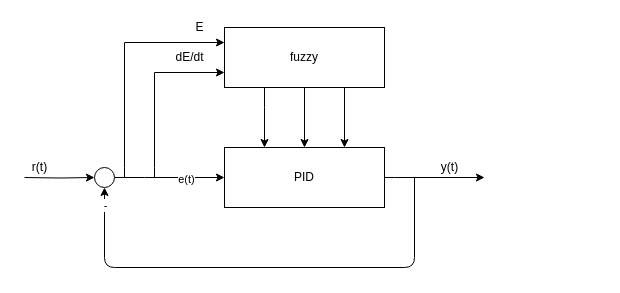
ninedayhx/drawio keeps this draw.io diagram as 未命名绘图.drawio. Above is the earlier version. Source tidied: cells renumbered, new cells numbered last; positions are measured from the earlier drawing's top-left corner, leaving out a move shared by most shapes. Both pictures are drawn from the tidied source at 100%, with x=0, y=0 at pixel (24, 17).
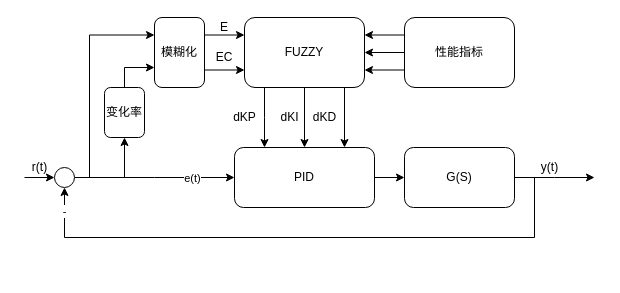
The same page after the edit.

Commit message:
更新未命名绘图.drawio

The edit, as a diff of the source:
```diff
@@
-    <mxCell id="3" style="edgeStyle=orthogonalEdgeStyle;rounded=0;jettySize=auto;html=1;exitX=1;exitY=0.5;exitDx=0;exitDy=0;" parent="1" edge="1" source="4">
-      <mxGeometry relative="1" as="geometry">
-        <mxPoint x="460" y="160" as="targetPoint" />
-        <Array as="points">
-          <mxPoint x="370" y="160" />
-          <mxPoint x="370" y="160" />
-        </Array>
-      </mxGeometry>
-    </mxCell>
-    <mxCell id="4" value="PID" style="rounded=0;whiteSpace=wrap;html=1;" parent="1" vertex="1">
-      <mxGeometry x="200" y="130" width="160" height="60" as="geometry" />
-    </mxCell>
     <mxCell id="5" style="edgeStyle=orthogonalEdgeStyle;rounded=0;jettySize=auto;html=1;exitX=1;exitY=0.5;exitDx=0;exitDy=0;entryX=0;entryY=0.5;entryDx=0;entryDy=0;" parent="1" edge="1" source="9" target="4">
       <mxGeometry relative="1" as="geometry">
         <Array as="points">
-          <mxPoint x="120" y="160" />
-          <mxPoint x="120" y="160" />
+          <mxPoint x="130" y="160" />
+          <mxPoint x="130" y="160" />
         </Array>
       </mxGeometry>
     </mxCell>
     <mxCell id="6" value="e(t)" style="edgeLabel;html=1;align=center;verticalAlign=middle;" parent="5" vertex="1">
-      <mxGeometry x="0.29" y="-1" relative="1" as="geometry" />
+      <mxGeometry x="0.29" y="-1" relative="1" as="geometry">
+        <mxPoint x="14" y="-1" as="offset" />
+      </mxGeometry>
     </mxCell>
-    <mxCell id="7" style="edgeStyle=orthogonalEdgeStyle;rounded=0;jettySize=auto;html=1;entryX=0;entryY=0.25;entryDx=0;entryDy=0;" parent="1" edge="1" target="12">
+    <mxCell id="7" style="edgeStyle=orthogonalEdgeStyle;rounded=0;jettySize=auto;html=1;entryX=0;entryY=0.25;entryDx=0;entryDy=0;" parent="1" edge="1" target="33">
       <mxGeometry relative="1" as="geometry">
-        <mxPoint x="100" y="160" as="sourcePoint" />
+        <mxPoint x="65" y="160" as="sourcePoint" />
         <Array as="points">
-          <mxPoint x="100" y="150" />
-          <mxPoint x="100" y="55" />
+          <mxPoint x="65" y="18" />
         </Array>
       </mxGeometry>
     </mxCell>
-    <mxCell id="8" style="edgeStyle=orthogonalEdgeStyle;rounded=0;jettySize=auto;html=1;entryX=0;entryY=0.75;entryDx=0;entryDy=0;" parent="1" edge="1" target="12">
-      <mxGeometry relative="1" as="geometry">
-        <mxPoint x="130" y="160" as="sourcePoint" />
-        <Array as="points">
-          <mxPoint x="130" y="150" />
-          <mxPoint x="130" y="85" />
-        </Array>
-      </mxGeometry>
-    </mxCell>
     <mxCell id="9" style="ellipse;whiteSpace=wrap;html=1;" parent="1" vertex="1">
-      <mxGeometry x="70" y="150" width="20" height="20" as="geometry" />
+      <mxGeometry x="30" y="150" width="20" height="20" as="geometry" />
     </mxCell>
-    <mxCell id="10" style="edgeStyle=orthogonalEdgeStyle;rounded=0;jettySize=auto;html=1;exitX=0.5;exitY=1;exitDx=0;exitDy=0;entryX=0.5;entryY=0;entryDx=0;entryDy=0;" parent="1" edge="1" source="12" target="4">
-      <mxGeometry relative="1" as="geometry" />
+    <mxCell id="10" style="edgeStyle=orthogonalEdgeStyle;rounded=0;orthogonalLoop=1;jettySize=auto;html=1;exitX=0.5;exitY=1;exitDx=0;exitDy=0;entryX=0.5;entryY=0;entryDx=0;entryDy=0;" parent="1" edge="1">
+      <mxGeometry relative="1" as="geometry">
+        <mxPoint x="280" y="70" as="sourcePoint" />
+        <mxPoint x="280" y="130" as="targetPoint" />
+      </mxGeometry>
     </mxCell>
-    <mxCell id="11" style="edgeStyle=orthogonalEdgeStyle;rounded=0;jettySize=auto;html=1;exitX=0.75;exitY=1;exitDx=0;exitDy=0;entryX=0.75;entryY=0;entryDx=0;entryDy=0;" parent="1" edge="1" source="12" target="4">
-      <mxGeometry relative="1" as="geometry" />
+    <mxCell id="11" style="edgeStyle=orthogonalEdgeStyle;rounded=0;orthogonalLoop=1;jettySize=auto;html=1;exitX=0.75;exitY=1;exitDx=0;exitDy=0;entryX=0.75;entryY=0;entryDx=0;entryDy=0;" parent="1" edge="1">
+      <mxGeometry relative="1" as="geometry">
+        <mxPoint x="320" y="70" as="sourcePoint" />
+        <mxPoint x="320" y="130" as="targetPoint" />
+      </mxGeometry>
     </mxCell>
-    <mxCell id="12" value="fuzzy" style="rounded=0;whiteSpace=wrap;html=1;" parent="1" vertex="1">
-      <mxGeometry x="200" y="10" width="160" height="60" as="geometry" />
-    </mxCell>
-    <mxCell id="13" style="endArrow=classic;html=1;entryX=0.5;entryY=1;entryDx=0;entryDy=0;" parent="1" edge="1" target="9">
-      <mxGeometry relative="1" as="geometry">
-        <mxPoint x="390" y="160" as="sourcePoint" />
-        <Array as="points">
-          <mxPoint x="390" y="250" />
-          <mxPoint x="80" y="250" />
-        </Array>
-      </mxGeometry>
-    </mxCell>
-    <mxCell id="14" value="-" style="edgeLabel;html=1;align=center;verticalAlign=middle;" parent="13" vertex="1">
-      <mxGeometry x="0.93" relative="1" as="geometry" />
-    </mxCell>
-    <mxCell id="15" value="E" style="text;html=1;align=center;verticalAlign=middle;" parent="1" vertex="1">
-      <mxGeometry x="165" width="20" height="20" as="geometry" />
-    </mxCell>
-    <mxCell id="16" value="dE/dt" style="text;html=1;align=center;verticalAlign=middle;" parent="1" vertex="1">
-      <mxGeometry x="145" y="30" width="40" height="20" as="geometry" />
-    </mxCell>
-    <mxCell id="17" style="edgeStyle=orthogonalEdgeStyle;rounded=0;jettySize=auto;html=1;exitX=0.25;exitY=1;exitDx=0;exitDy=0;entryX=0.25;entryY=0;entryDx=0;entryDy=0;" parent="1" edge="1" source="12" target="4">
+    <mxCell id="17" style="edgeStyle=orthogonalEdgeStyle;rounded=0;orthogonalLoop=1;jettySize=auto;html=1;exitX=0.25;exitY=1;exitDx=0;exitDy=0;entryX=0.25;entryY=0;entryDx=0;entryDy=0;" parent="1" edge="1">
       <mxGeometry relative="1" as="geometry">
+        <mxPoint x="240" y="70" as="sourcePoint" />
+        <mxPoint x="240" y="130" as="targetPoint" />
         <Array as="points">
-          <mxPoint x="240" y="90" />
-          <mxPoint x="240" y="90" />
+          <mxPoint x="240" y="100" />
+          <mxPoint x="240" y="100" />
         </Array>
       </mxGeometry>
     </mxCell>
     <mxCell id="18" value="y(t)" style="text;html=1;align=center;verticalAlign=middle;" parent="1" vertex="1">
-      <mxGeometry x="410" y="140" width="30" height="20" as="geometry" />
+      <mxGeometry x="510" y="140" width="30" height="20" as="geometry" />
     </mxCell>
@@
+    <mxCell id="20" value="dKP" style="text;html=1;align=center;verticalAlign=middle;" parent="1" vertex="1">
+      <mxGeometry x="200" y="90" width="40" height="20" as="geometry" />
+    </mxCell>
+    <mxCell id="21" value="dKI" style="text;html=1;align=center;verticalAlign=middle;" parent="1" vertex="1">
+      <mxGeometry x="250" y="90" width="30" height="20" as="geometry" />
+    </mxCell>
+    <mxCell id="22" value="dKD" style="text;html=1;align=center;verticalAlign=middle;" parent="1" vertex="1">
+      <mxGeometry x="280" y="90" width="40" height="20" as="geometry" />
+    </mxCell>
+    <mxCell id="23" style="edgeStyle=orthogonalEdgeStyle;rounded=0;jettySize=auto;html=1;exitX=1;exitY=0.5;exitDx=0;exitDy=0;" parent="1" edge="1" source="25">
+      <mxGeometry relative="1" as="geometry">
+        <mxPoint x="570" y="160" as="targetPoint" />
+      </mxGeometry>
+    </mxCell>
+    <mxCell id="24" style="edgeStyle=orthogonalEdgeStyle;rounded=0;jettySize=auto;html=1;entryX=0.5;entryY=1;entryDx=0;entryDy=0;" parent="1" edge="1" target="9">
+      <mxGeometry relative="1" as="geometry">
+        <mxPoint x="510" y="160" as="sourcePoint" />
+        <Array as="points">
+          <mxPoint x="510" y="220" />
+          <mxPoint x="40" y="220" />
+        </Array>
+      </mxGeometry>
+    </mxCell>
+    <mxCell id="14" value="-" style="edgeLabel;html=1;align=center;verticalAlign=middle;" parent="24" vertex="1">
+      <mxGeometry x="0.92" y="1" relative="1" as="geometry" />
+    </mxCell>
+    <mxCell id="25" value="G(S)" style="rounded=1;whiteSpace=wrap;html=1;" parent="1" vertex="1">
+      <mxGeometry x="380" y="130" width="110" height="60" as="geometry" />
+    </mxCell>
+    <mxCell id="26" style="edgeStyle=orthogonalEdgeStyle;rounded=0;jettySize=auto;html=1;exitX=1;exitY=0.5;exitDx=0;exitDy=0;entryX=0;entryY=0.5;entryDx=0;entryDy=0;" parent="1" edge="1" source="4" target="25">
+      <mxGeometry relative="1" as="geometry" />
+    </mxCell>
+    <mxCell id="4" value="PID" style="rounded=1;whiteSpace=wrap;html=1;" parent="1" vertex="1">
+      <mxGeometry x="210" y="130" width="140" height="60" as="geometry" />
+    </mxCell>
+    <mxCell id="27" value="FUZZY" style="rounded=1;whiteSpace=wrap;html=1;" parent="1" vertex="1">
+      <mxGeometry x="220" width="120" height="70" as="geometry" />
+    </mxCell>
+    <mxCell id="28" style="edgeStyle=orthogonalEdgeStyle;rounded=0;jettySize=auto;html=1;exitX=0.5;exitY=0;exitDx=0;exitDy=0;" parent="1" edge="1" source="29" target="33">
+      <mxGeometry relative="1" as="geometry">
+        <Array as="points">
+          <mxPoint x="100" y="50" />
+        </Array>
+      </mxGeometry>
+    </mxCell>
+    <mxCell id="29" value="变化率" style="rounded=1;whiteSpace=wrap;html=1;" parent="1" vertex="1">
+      <mxGeometry x="80" y="70" width="40" height="50" as="geometry" />
+    </mxCell>
+    <mxCell id="30" style="endArrow=classic;html=1;" parent="1" edge="1">
+      <mxGeometry relative="1" as="geometry">
+        <mxPoint x="100" y="160" as="sourcePoint" />
+        <mxPoint x="100" y="120" as="targetPoint" />
+      </mxGeometry>
+    </mxCell>
+    <mxCell id="31" style="edgeStyle=orthogonalEdgeStyle;rounded=0;jettySize=auto;html=1;exitX=1;exitY=0.25;exitDx=0;exitDy=0;entryX=0;entryY=0.25;entryDx=0;entryDy=0;" parent="1" edge="1" source="33" target="27">
+      <mxGeometry relative="1" as="geometry" />
+    </mxCell>
+    <mxCell id="32" style="edgeStyle=orthogonalEdgeStyle;rounded=0;jettySize=auto;html=1;exitX=1;exitY=0.75;exitDx=0;exitDy=0;entryX=0;entryY=0.75;entryDx=0;entryDy=0;" parent="1" edge="1" source="33" target="27">
+      <mxGeometry relative="1" as="geometry" />
+    </mxCell>
+    <mxCell id="33" value="模糊化" style="rounded=1;whiteSpace=wrap;html=1;" parent="1" vertex="1">
+      <mxGeometry x="130" width="50" height="70" as="geometry" />
+    </mxCell>
+    <mxCell id="34" style="edgeStyle=orthogonalEdgeStyle;rounded=0;jettySize=auto;html=1;exitX=0;exitY=0.25;exitDx=0;exitDy=0;entryX=1;entryY=0.25;entryDx=0;entryDy=0;" parent="1" edge="1" source="37" target="27">
+      <mxGeometry relative="1" as="geometry" />
+    </mxCell>
+    <mxCell id="35" style="edgeStyle=orthogonalEdgeStyle;rounded=0;jettySize=auto;html=1;exitX=0;exitY=0.5;exitDx=0;exitDy=0;entryX=1;entryY=0.5;entryDx=0;entryDy=0;" parent="1" edge="1" source="37" target="27">
+      <mxGeometry relative="1" as="geometry" />
+    </mxCell>
+    <mxCell id="36" style="edgeStyle=orthogonalEdgeStyle;rounded=0;jettySize=auto;html=1;exitX=0;exitY=0.75;exitDx=0;exitDy=0;entryX=1;entryY=0.75;entryDx=0;entryDy=0;" parent="1" edge="1" source="37" target="27">
+      <mxGeometry relative="1" as="geometry" />
+    </mxCell>
+    <mxCell id="37" value="性能指标" style="rounded=1;whiteSpace=wrap;html=1;" parent="1" vertex="1">
+      <mxGeometry x="380" width="110" height="70" as="geometry" />
+    </mxCell>
+    <mxCell id="15" value="E" style="text;html=1;strokeColor=none;fillColor=none;align=center;verticalAlign=middle;whiteSpace=wrap;rounded=0;" parent="1" vertex="1">
+      <mxGeometry x="180" width="40" height="20" as="geometry" />
+    </mxCell>
+    <mxCell id="38" value="EC" style="text;html=1;strokeColor=none;fillColor=none;align=center;verticalAlign=middle;whiteSpace=wrap;rounded=0;" parent="1" vertex="1">
+      <mxGeometry x="180" y="30" width="40" height="20" as="geometry" />
+    </mxCell>
```
